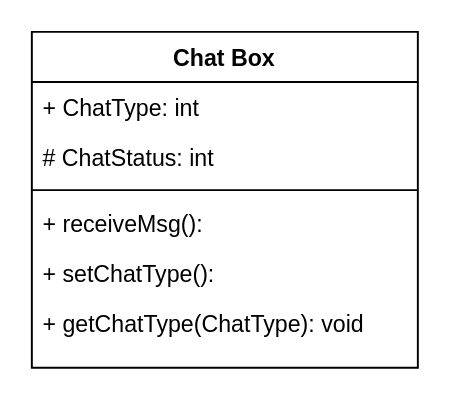
Above: Documents/Class Diagram/Class/Chat.drawio in imTruongLong/QuaMon (draw.io), before the change. Source tidied: cells renumbered, new cells numbered last; positions are measured from the earlier drawing's top-left corner, leaving out a move shared by most shapes. Both pictures are drawn from the tidied source at 193%, with x=0, y=0 at pixel (31, 31).
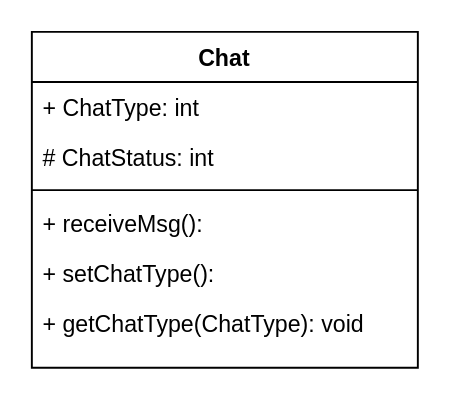
Above is the later version.

Change to the diagram source:
```diff
@@
 <mxGraphModel>
   <root>
     <mxCell id="0" />
     <mxCell id="1" parent="0" />
-    <mxCell id="2" value="Chat Box" style="swimlane;fontStyle=1;align=center;verticalAlign=top;horizontal=1;startSize=26;" parent="1" vertex="1">
+    <mxCell id="2" value="Chat" style="swimlane;fontStyle=1;align=center;verticalAlign=top;horizontal=1;startSize=26;" parent="1" vertex="1">
       <mxGeometry width="200" height="174" as="geometry" />
     </mxCell>
     <mxCell id="3" value="+ ChatType: int" style="text;strokeColor=none;fillColor=none;align=left;verticalAlign=top;spacingLeft=4;spacingRight=4;overflow=hidden;" parent="2" vertex="1">
       <mxGeometry y="26" width="200" height="26" as="geometry" />
     </mxCell>
     <mxCell id="4" value="# ChatStatus: int" style="text;strokeColor=none;fillColor=none;align=left;verticalAlign=top;spacingLeft=4;spacingRight=4;overflow=hidden;" parent="2" vertex="1">
       <mxGeometry y="52" width="200" height="26" as="geometry" />
     </mxCell>
     <mxCell id="5" style="line;strokeWidth=1;fillColor=none;align=left;verticalAlign=middle;spacingTop=-1;spacingLeft=3;spacingRight=3;labelPosition=right;" parent="2" vertex="1">
       <mxGeometry y="78" width="200" height="8" as="geometry" />
     </mxCell>
     <mxCell id="6" value="+ receiveMsg():" style="text;strokeColor=none;fillColor=none;align=left;verticalAlign=top;spacingLeft=4;spacingRight=4;overflow=hidden;" parent="2" vertex="1">
       <mxGeometry y="86" width="200" height="26" as="geometry" />
     </mxCell>
     <mxCell id="7" value="+ setChatType():" style="text;strokeColor=none;fillColor=none;align=left;verticalAlign=top;spacingLeft=4;spacingRight=4;overflow=hidden;" parent="2" vertex="1">
       <mxGeometry y="112" width="200" height="26" as="geometry" />
     </mxCell>
     <mxCell id="8" value="+ getChatType(ChatType): void" style="text;strokeColor=none;fillColor=none;align=left;verticalAlign=top;spacingLeft=4;spacingRight=4;overflow=hidden;" parent="2" vertex="1">
       <mxGeometry y="138" width="200" height="36" as="geometry" />
     </mxCell>
   </root>
 </mxGraphModel>
```
